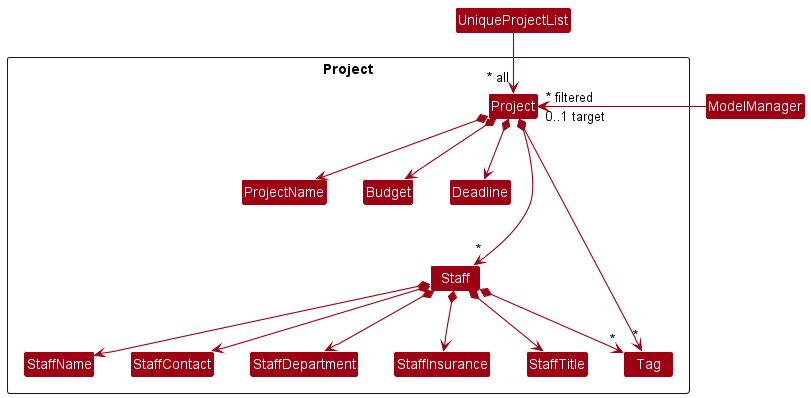
nus-cs2103-AY2223S1/tp keeps this PlantUML diagram as docs/images/ModelProjectClassDiagram.png. Above is the earlier version.
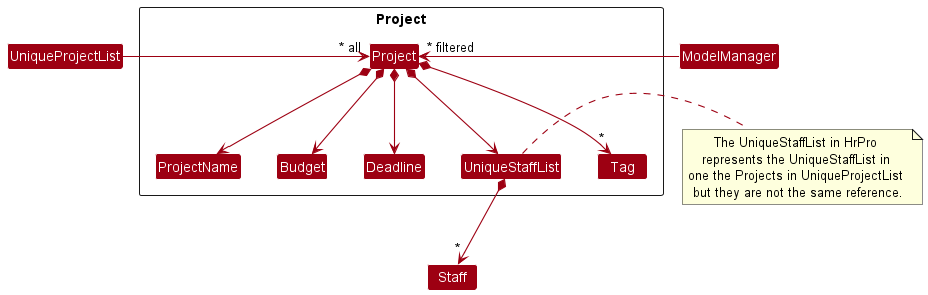
After the change.

Commit message:
Add class diagrams and sequence diagrams for DG

Change to the diagram source:
```diff
@@ -9,38 +9,28 @@
 Class ProjectName
 Class Budget
 Class Deadline
-Class Staff
 Class Tag
-
-Class StaffName
-Class StaffContact
-Class StaffDepartment
-Class StaffInsurance
-Class StaffTitle
+Class UniqueStaffList
 }
 
+Class Staff
 Class UniqueProjectList
 Class ModelManager
 
-UniqueProjectList --> "~* all" Project
+UniqueProjectList -> "~* all" Project
 Project *--> ProjectName
 Project *--> Budget
 Project *--> Deadline
-Project *---> "*" Tag
-Project *---> "*" Staff
+Project *--> "*" Tag
+Project *--> UniqueStaffList
 
-Staff *--> StaffName
-Staff *--> StaffContact
-Staff *--> StaffDepartment
-Staff *--> StaffInsurance
-Staff *--> StaffTitle
-Staff *--> "*" Tag
+UniqueStaffList *--> "*" Staff
 
 ProjectName -[hidden]right-> Budget
 Budget -[hidden]right-> Deadline
 Deadline -[hidden]right-> Staff
 
 ModelManager -left->"~* filtered" Project
-ModelManager -->"0..1 target" Project
 
+note right of UniqueStaffList: The UniqueStaffList in HrPro \nrepresents the UniqueStaffList in \none the Projects in UniqueProjectList \nbut they are not the same reference.
 @enduml
```
